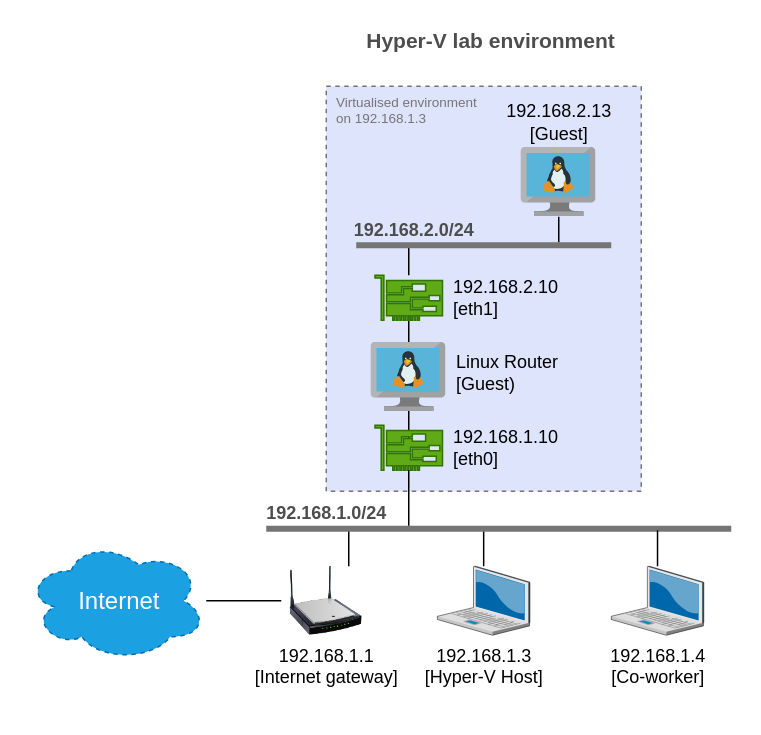
Earlier version of the draw.io diagram src/lab-vm/Network.drawio (philipf/philipf.github.io). Source tidied: cells renumbered, new cells numbered last; positions are measured from the earlier drawing's top-left corner, leaving out a move shared by most shapes. Both pictures are drawn from the tidied source at 150%, with x=0, y=0 at pixel (26, 26).
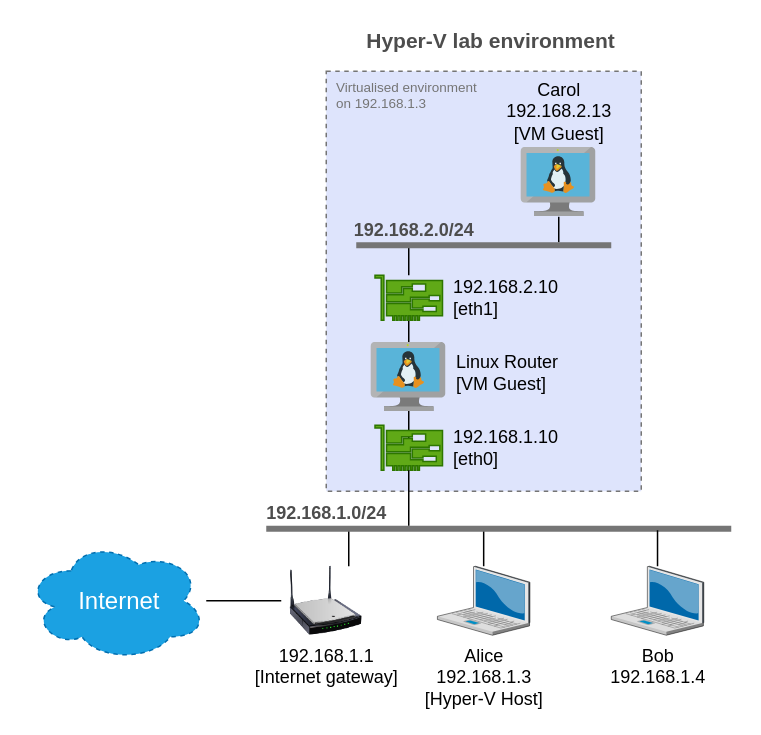
The same page after the edit.

Diff of the diagram source:
```diff
@@
     <mxCell id="2" value="Virtualised&amp;nbsp;environment &lt;br style=&quot;font-size: 9px;&quot;&gt;on 192.168.1.3" style="whiteSpace=wrap;html=1;labelBackgroundColor=none;strokeColor=#757575;fontColor=#757575;align=left;dashed=1;labelPosition=left;verticalLabelPosition=top;verticalAlign=bottom;spacingRight=0;spacingBottom=-28;spacing=0;spacingLeft=217;fillColor=#DEE4FC;fontSize=9;" parent="1" vertex="1">
-      <mxGeometry x="200" y="40" width="210" height="270" as="geometry" />
+      <mxGeometry x="200" y="30" width="210" height="280" as="geometry" />
     </mxCell>
@@
-    <mxCell id="5" value="Linux Router&lt;br&gt;[Guest)" style="html=1;points=[];align=left;image;fontSize=12;image=img/lib/mscae/VM_Linux.svg;labelPosition=right;verticalLabelPosition=middle;verticalAlign=middle;labelBackgroundColor=none;spacingBottom=6;spacingLeft=5;" parent="1" vertex="1">
+    <mxCell id="5" value="Linux Router&lt;br&gt;[VM Guest]" style="html=1;points=[];align=left;image;fontSize=12;image=img/lib/mscae/VM_Linux.svg;labelPosition=right;verticalLabelPosition=middle;verticalAlign=middle;labelBackgroundColor=none;spacingBottom=6;spacingLeft=5;" parent="1" vertex="1">
       <mxGeometry x="230" y="211" width="50" height="46" as="geometry" />
     </mxCell>
@@
-    <mxCell id="7" value="192.168.2.13&lt;br&gt;[Guest]" style="html=1;points=[];align=center;image;fontSize=12;image=img/lib/mscae/VM_Linux.svg;labelPosition=center;verticalLabelPosition=top;verticalAlign=bottom;labelBackgroundColor=none;" parent="1" vertex="1">
+    <mxCell id="7" value="&lt;br&gt;Carol&lt;br&gt;192.168.2.13&lt;br&gt;[VM Guest]" style="html=1;points=[];align=center;image;fontSize=12;image=img/lib/mscae/VM_Linux.svg;labelPosition=center;verticalLabelPosition=top;verticalAlign=bottom;labelBackgroundColor=none;" parent="1" vertex="1">
       <mxGeometry x="330" y="81" width="50" height="46" as="geometry" />
     </mxCell>
@@
-    <mxCell id="12" value="192.168.1.3&lt;br&gt;[Hyper-V Host]" style="verticalLabelPosition=bottom;html=1;verticalAlign=top;strokeColor=none;align=center;outlineConnect=0;shape=mxgraph.citrix.laptop_2;fontColor=#000000;" parent="1" vertex="1">
+    <mxCell id="12" value="Alice&lt;br&gt;192.168.1.3&lt;br&gt;[Hyper-V Host]" style="verticalLabelPosition=bottom;html=1;verticalAlign=top;strokeColor=none;align=center;outlineConnect=0;shape=mxgraph.citrix.laptop_2;fontColor=#000000;" parent="1" vertex="1">
       <mxGeometry x="274.1" y="360" width="61.7" height="46" as="geometry" />
     </mxCell>
@@
-    <mxCell id="19" value="192.168.1.4&lt;br&gt;[Co-worker]" style="verticalLabelPosition=bottom;html=1;verticalAlign=top;strokeColor=none;align=center;outlineConnect=0;shape=mxgraph.citrix.laptop_2;fontColor=#000000;" parent="1" vertex="1">
+    <mxCell id="19" value="Bob&lt;br&gt;192.168.1.4" style="verticalLabelPosition=bottom;html=1;verticalAlign=top;strokeColor=none;align=center;outlineConnect=0;shape=mxgraph.citrix.laptop_2;fontColor=#000000;" parent="1" vertex="1">
       <mxGeometry x="390" y="360" width="61.7" height="46" as="geometry" />
     </mxCell>
```
